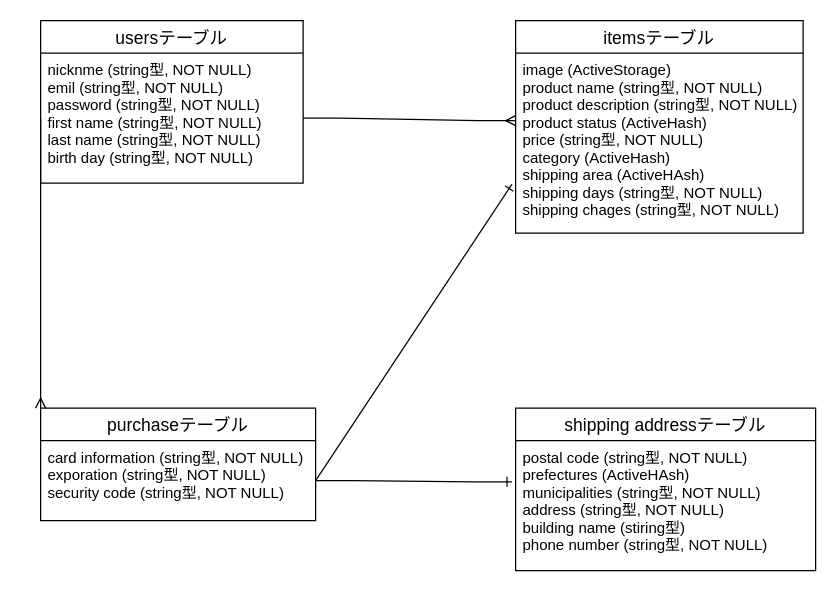
Above: er.dio in rei-01-18/furima-35094 (draw.io), before the change. Source tidied: cells renumbered, new cells numbered last; positions are measured from the earlier drawing's top-left corner, leaving out a move shared by most shapes. Both pictures are drawn from the tidied source at 125%, with x=0, y=0 at pixel (40, 20).
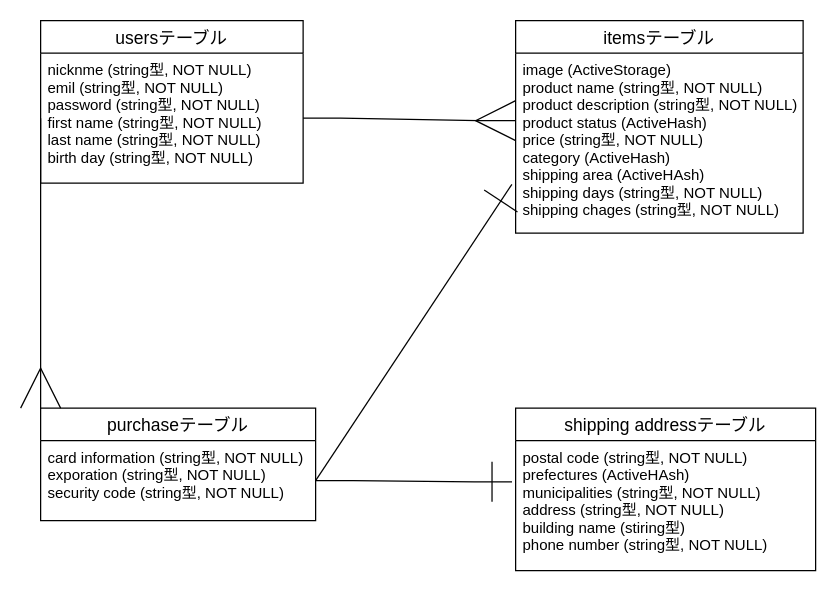
The same page after the edit.

Commit message (it also covers changes not shown here):
データベース設計　修正

Diff of the diagram source:
```diff
@@
 <mxGraphModel>
   <root>
     <mxCell id="0" />
     <mxCell id="1" parent="0" />
     <mxCell id="2" value="usersテーブル" style="swimlane;fontStyle=0;horizontal=1;startSize=26;align=center;fontSize=14;" parent="1" vertex="1">
       <mxGeometry width="210" height="130" as="geometry" />
     </mxCell>
     <mxCell id="3" value="nicknme (string型, NOT NULL)&#10;emil (string型, NOT NULL)&#10;password (string型, NOT NULL)&#10;first name (string型, NOT NULL)&#10;last name (string型, NOT NULL)&#10;birth day (string型, NOT NULL)" style="text;strokeColor=none;fillColor=none;spacingLeft=4;spacingRight=4;overflow=hidden;points=[[0,0.5],[1,0.5]];portConstraint=eastwest;fontSize=12;align=left;" parent="2" vertex="1">
       <mxGeometry y="26" width="210" height="104" as="geometry" />
     </mxCell>
     <mxCell id="4" value="itemsテーブル" style="swimlane;fontStyle=0;horizontal=1;startSize=26;align=center;fontSize=14;" parent="1" vertex="1">
       <mxGeometry x="380" width="230" height="170" as="geometry" />
     </mxCell>
     <mxCell id="5" value="image (ActiveStorage)&#10;product name (string型, NOT NULL)&#10;product description (string型, NOT NULL)&#10;product status (ActiveHash)&#10;price (string型, NOT NULL)&#10;category (ActiveHash)&#10;shipping area (ActiveHAsh)&#10;shipping days (string型, NOT NULL)&#10;shipping chages (string型, NOT NULL)&#10;" style="text;strokeColor=none;fillColor=none;spacingLeft=4;spacingRight=4;overflow=hidden;points=[[0,0.5],[1,0.5]];portConstraint=eastwest;fontSize=12;" parent="4" vertex="1">
       <mxGeometry y="26" width="230" height="144" as="geometry" />
     </mxCell>
     <mxCell id="6" value="purchaseテーブル" style="swimlane;fontStyle=0;horizontal=1;startSize=26;align=center;fontSize=14;" parent="1" vertex="1">
       <mxGeometry y="310" width="220" height="90" as="geometry" />
     </mxCell>
     <mxCell id="7" value="card information (string型, NOT NULL)&#10;exporation (string型, NOT NULL)&#10;security code (string型, NOT NULL)&#10;" style="text;strokeColor=none;fillColor=none;spacingLeft=4;spacingRight=4;overflow=hidden;points=[[0,0.5],[1,0.5]];portConstraint=eastwest;fontSize=12;" parent="6" vertex="1">
       <mxGeometry y="26" width="220" height="64" as="geometry" />
     </mxCell>
     <mxCell id="8" value="shipping addressテーブル" style="swimlane;fontStyle=0;horizontal=1;startSize=26;align=center;fontSize=14;" parent="1" vertex="1">
       <mxGeometry x="380" y="310" width="240" height="130" as="geometry" />
     </mxCell>
     <mxCell id="9" value="postal code (string型, NOT NULL)&#10;prefectures (ActiveHAsh)&#10;municipalities (string型, NOT NULL)&#10;address (string型, NOT NULL)&#10;building name (stiring型)&#10;phone number (string型, NOT NULL)" style="text;strokeColor=none;fillColor=none;spacingLeft=4;spacingRight=4;overflow=hidden;points=[[0,0.5],[1,0.5]];portConstraint=eastwest;fontSize=12;" parent="8" vertex="1">
       <mxGeometry y="26" width="240" height="104" as="geometry" />
     </mxCell>
-    <mxCell id="10" style="edgeStyle=entityRelationEdgeStyle;rounded=0;jettySize=auto;html=1;exitX=1;exitY=0.5;exitDx=0;exitDy=0;fontFamily=Times New Roman;endArrow=ERmany;endFill=0;" parent="1" edge="1" source="3">
+    <mxCell id="10" style="edgeStyle=entityRelationEdgeStyle;rounded=0;jettySize=auto;html=1;exitX=1;exitY=0.5;exitDx=0;exitDy=0;fontFamily=Times New Roman;endArrow=ERmany;endFill=0;endSize=30;" parent="1" edge="1" source="3">
       <mxGeometry relative="1" as="geometry">
         <mxPoint x="380" y="80" as="targetPoint" />
       </mxGeometry>
     </mxCell>
-    <mxCell id="11" style="edgeStyle=entityRelationEdgeStyle;rounded=0;jettySize=auto;html=1;exitX=1;exitY=0.5;exitDx=0;exitDy=0;entryX=-0.012;entryY=0.317;entryDx=0;entryDy=0;entryPerimeter=0;endArrow=ERone;endFill=0;fontFamily=Times New Roman;" parent="1" edge="1" source="7" target="9">
+    <mxCell id="11" style="edgeStyle=entityRelationEdgeStyle;rounded=0;jettySize=auto;html=1;exitX=1;exitY=0.5;exitDx=0;exitDy=0;entryX=-0.012;entryY=0.317;entryDx=0;entryDy=0;entryPerimeter=0;endArrow=ERone;endFill=0;fontFamily=Times New Roman;endSize=30;" parent="1" edge="1" source="7" target="9">
       <mxGeometry relative="1" as="geometry" />
     </mxCell>
-    <mxCell id="12" style="rounded=0;jettySize=auto;html=1;exitX=1;exitY=0.5;exitDx=0;exitDy=0;endArrow=ERone;endFill=0;fontFamily=Times New Roman;entryX=-0.013;entryY=0.729;entryDx=0;entryDy=0;entryPerimeter=0;" parent="1" edge="1" source="7" target="5">
+    <mxCell id="12" style="rounded=0;jettySize=auto;html=1;exitX=1;exitY=0.5;exitDx=0;exitDy=0;endArrow=ERone;endFill=0;fontFamily=Times New Roman;entryX=-0.013;entryY=0.729;entryDx=0;entryDy=0;entryPerimeter=0;endSize=30;" parent="1" edge="1" source="7" target="5">
       <mxGeometry relative="1" as="geometry" />
     </mxCell>
-    <mxCell id="13" style="rounded=0;jettySize=auto;html=1;exitX=0;exitY=0.5;exitDx=0;exitDy=0;entryX=0;entryY=0;entryDx=0;entryDy=0;endArrow=ERmany;endFill=0;fontFamily=Times New Roman;" parent="1" edge="1" source="3" target="6">
+    <mxCell id="13" style="rounded=0;jettySize=auto;html=1;exitX=0;exitY=0.5;exitDx=0;exitDy=0;entryX=0;entryY=0;entryDx=0;entryDy=0;endArrow=ERmany;endFill=0;fontFamily=Times New Roman;endSize=30;" parent="1" edge="1" source="3" target="6">
       <mxGeometry relative="1" as="geometry" />
     </mxCell>
   </root>
 </mxGraphModel>
```
